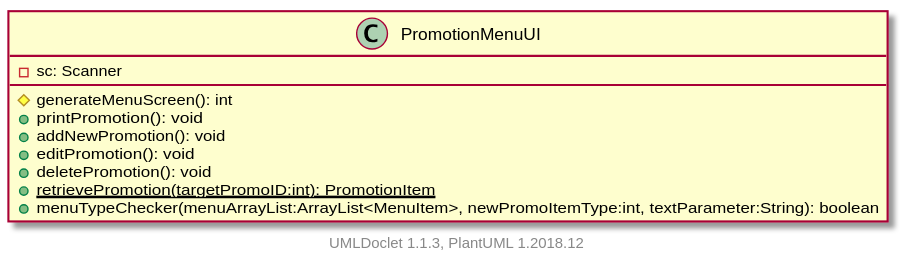
Before: projects/oodp/html/umlversion/uml/sg.edu.ntu.scse.cz2002.ui.PromotionMenuUI.svg, a diagram exported from PlantUML (itachi1706/How-to-use-Git-NTUSCSE1819-Site).
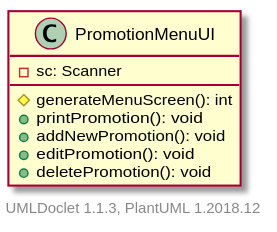
After the commit.

The edit, as a diff of the source:
```diff
@@ -7,8 +7,6 @@
         +addNewPromotion(): void
         +editPromotion(): void
         +deletePromotion(): void
-        {static} +retrievePromotion(targetPromoID:int): PromotionItem
-        +menuTypeChecker(menuArrayList:ArrayList<MenuItem>, newPromoItemType:int, textParameter:String): boolean
     }
 
 
```
